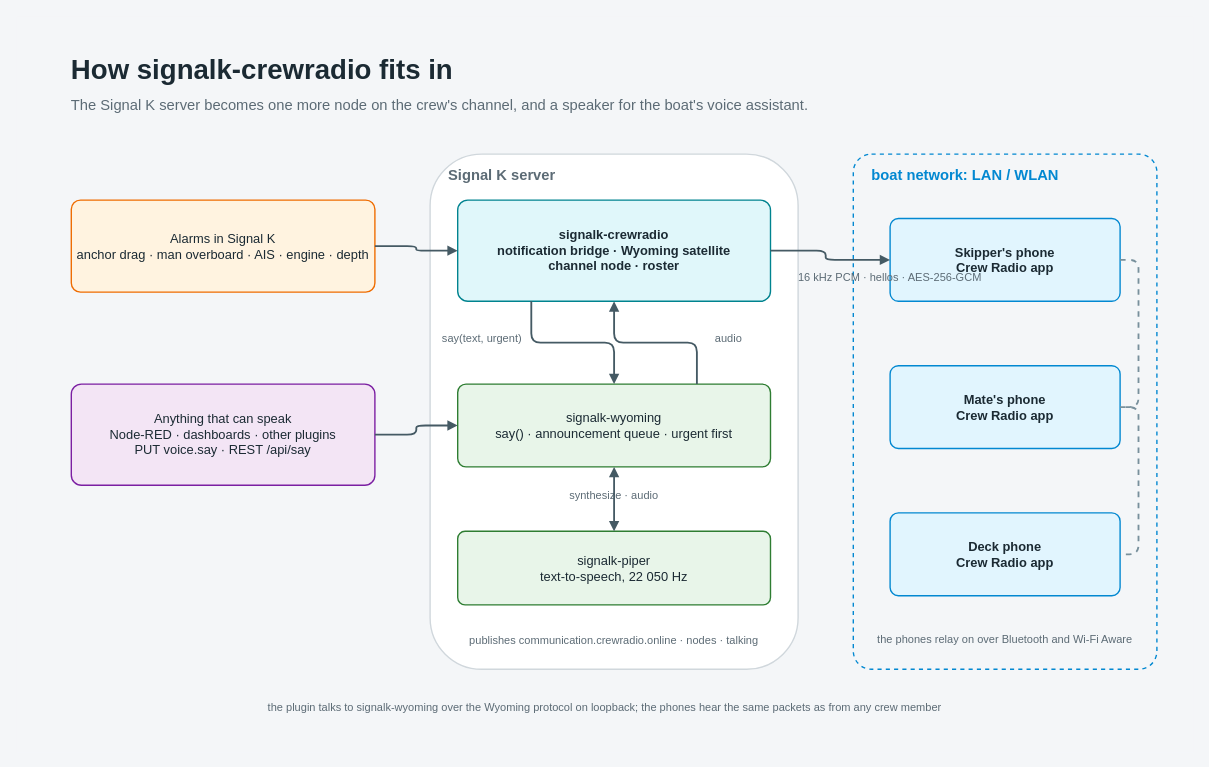
Earlier version of the draw.io diagram sk-plugin/docs/diagrams/how-it-fits.drawio (KEGustafsson/android-push-to-talk). Source tidied: cells renumbered, new cells numbered last; positions are measured from the earlier drawing's top-left corner, leaving out a move shared by most shapes. Both pictures are drawn from the tidied source at 92%, with x=0, y=0 at pixel (16, 16).
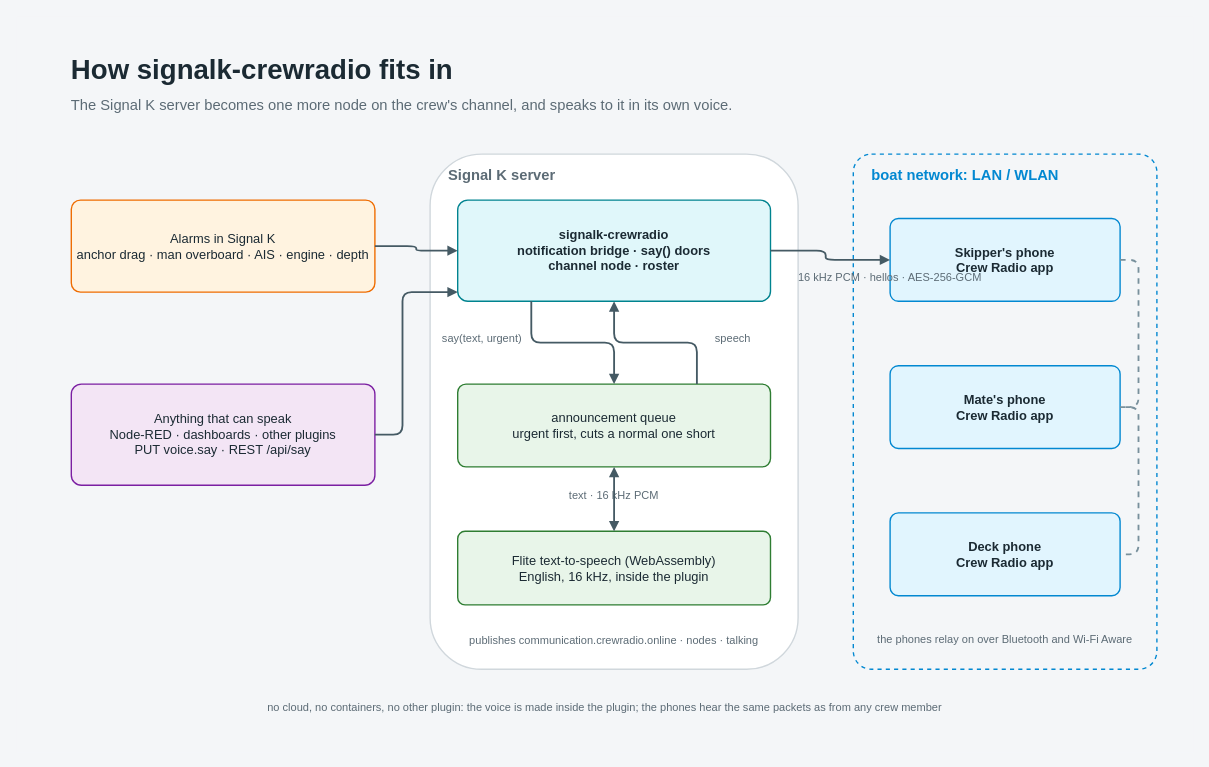
Above is the later version.

The change refers to these unchanged cells:
```xml
<mxCell id="6" value="Anything that can speak&lt;br&gt;Node-RED · dashboards · other plugins&lt;br&gt;PUT voice.say · REST /api/say" style="rounded=1;arcSize=10;whiteSpace=wrap;html=1;fillColor=#F3E5F5;strokeColor=#7B1FA2;strokeWidth=1.5;fontSize=14;fontColor=#1B2A33;fontFamily=Helvetica;" parent="1" vertex="1">
  <mxGeometry x="60" y="400" width="330" height="110" as="geometry" />
</mxCell>
```

Change to the diagram source:
```diff
@@
-    <mxCell id="4" value="The Signal K server becomes one more node on the crew's channel, and a speaker for the boat's voice assistant." style="text;html=1;whiteSpace=wrap;align=left;verticalAlign=middle;fontSize=16;fontColor=#5C6B75;fontFamily=Helvetica;spacing=0;" parent="1" vertex="1">
+    <mxCell id="4" value="The Signal K server becomes one more node on the crew's channel, and speaks to it in its own voice." style="text;html=1;whiteSpace=wrap;align=left;verticalAlign=middle;fontSize=16;fontColor=#5C6B75;fontFamily=Helvetica;spacing=0;" parent="1" vertex="1">
       <mxGeometry x="60" y="82" width="1100" height="30" as="geometry" />
     </mxCell>
@@
-    <mxCell id="9" value="signalk-crewradio&lt;br&gt;notification bridge · Wyoming satellite&lt;br&gt;channel node · roster" style="rounded=1;arcSize=10;whiteSpace=wrap;html=1;fillColor=#E0F7FA;strokeColor=#00838F;strokeWidth=1.5;fontSize=14;fontColor=#1B2A33;fontFamily=Helvetica;fontStyle=1;" parent="1" vertex="1">
+    <mxCell id="9" value="signalk-crewradio&lt;br&gt;notification bridge · say() doors&lt;br&gt;channel node · roster" style="rounded=1;arcSize=10;whiteSpace=wrap;html=1;fillColor=#E0F7FA;strokeColor=#00838F;strokeWidth=1.5;fontSize=14;fontColor=#1B2A33;fontFamily=Helvetica;fontStyle=1;" parent="1" vertex="1">
       <mxGeometry x="480" y="200" width="340" height="110" as="geometry" />
     </mxCell>
-    <mxCell id="10" value="signalk-wyoming&lt;br&gt;say() · announcement queue · urgent first" style="rounded=1;arcSize=10;whiteSpace=wrap;html=1;fillColor=#E8F5E9;strokeColor=#2E7D32;strokeWidth=1.5;fontSize=14;fontColor=#1B2A33;fontFamily=Helvetica;" parent="1" vertex="1">
+    <mxCell id="10" value="announcement queue&lt;br&gt;urgent first, cuts a normal one short" style="rounded=1;arcSize=10;whiteSpace=wrap;html=1;fillColor=#E8F5E9;strokeColor=#2E7D32;strokeWidth=1.5;fontSize=14;fontColor=#1B2A33;fontFamily=Helvetica;" parent="1" vertex="1">
       <mxGeometry x="480" y="400" width="340" height="90" as="geometry" />
     </mxCell>
-    <mxCell id="11" value="signalk-piper&lt;br&gt;text-to-speech, 22 050 Hz" style="rounded=1;arcSize=10;whiteSpace=wrap;html=1;fillColor=#E8F5E9;strokeColor=#2E7D32;strokeWidth=1.5;fontSize=14;fontColor=#1B2A33;fontFamily=Helvetica;" parent="1" vertex="1">
+    <mxCell id="11" value="Flite text-to-speech (WebAssembly)&lt;br&gt;English, 16 kHz, inside the plugin" style="rounded=1;arcSize=10;whiteSpace=wrap;html=1;fillColor=#E8F5E9;strokeColor=#2E7D32;strokeWidth=1.5;fontSize=14;fontColor=#1B2A33;fontFamily=Helvetica;" parent="1" vertex="1">
       <mxGeometry x="480" y="560" width="340" height="80" as="geometry" />
     </mxCell>
@@
-    <mxCell id="13" value="audio" style="text;html=1;whiteSpace=wrap;align=left;verticalAlign=middle;fontSize=12;fontColor=#5C6B75;fontFamily=Helvetica;spacing=0;" parent="1" vertex="1">
+    <mxCell id="13" value="speech" style="text;html=1;whiteSpace=wrap;align=left;verticalAlign=middle;fontSize=12;fontColor=#5C6B75;fontFamily=Helvetica;spacing=0;" parent="1" vertex="1">
       <mxGeometry x="760" y="340" width="120" height="22" as="geometry" />
     </mxCell>
-    <mxCell id="14" value="synthesize · audio" style="text;html=1;whiteSpace=wrap;align=center;verticalAlign=middle;fontSize=12;fontColor=#5C6B75;fontFamily=Helvetica;spacing=0;" parent="1" vertex="1">
+    <mxCell id="14" value="text · 16 kHz PCM" style="text;html=1;whiteSpace=wrap;align=center;verticalAlign=middle;fontSize=12;fontColor=#5C6B75;fontFamily=Helvetica;spacing=0;" parent="1" vertex="1">
       <mxGeometry x="560" y="510" width="180" height="22" as="geometry" />
     </mxCell>
@@
-    <mxCell id="23" value="the plugin talks to signalk-wyoming over the Wyoming protocol on loopback; the phones hear the same packets as from any crew member" style="text;html=1;whiteSpace=wrap;align=center;verticalAlign=middle;fontSize=12;fontColor=#5C6B75;fontFamily=Helvetica;spacing=0;" parent="1" vertex="1">
+    <mxCell id="23" value="no cloud, no containers, no other plugin: the voice is made inside the plugin; the phones hear the same packets as from any crew member" style="text;html=1;whiteSpace=wrap;align=center;verticalAlign=middle;fontSize=12;fontColor=#5C6B75;fontFamily=Helvetica;spacing=0;" parent="1" vertex="1">
       <mxGeometry x="60" y="740" width="1160" height="24" as="geometry" />
     </mxCell>
@@
-    <mxCell id="25" style="edgeStyle=orthogonalEdgeStyle;rounded=1;html=1;endArrow=block;endFill=1;strokeColor=#455A64;strokeWidth=2;" parent="1" edge="1" source="6" target="10">
-      <mxGeometry relative="1" as="geometry" />
+    <mxCell id="25" style="edgeStyle=orthogonalEdgeStyle;rounded=1;html=1;endArrow=block;endFill=1;strokeColor=#455A64;strokeWidth=2;" parent="1" edge="1" source="6" target="9">
+      <mxGeometry relative="1" as="geometry">
+        <Array as="points">
+          <mxPoint x="420" y="455" />
+          <mxPoint x="420" y="300" />
+        </Array>
+      </mxGeometry>
     </mxCell>
```
